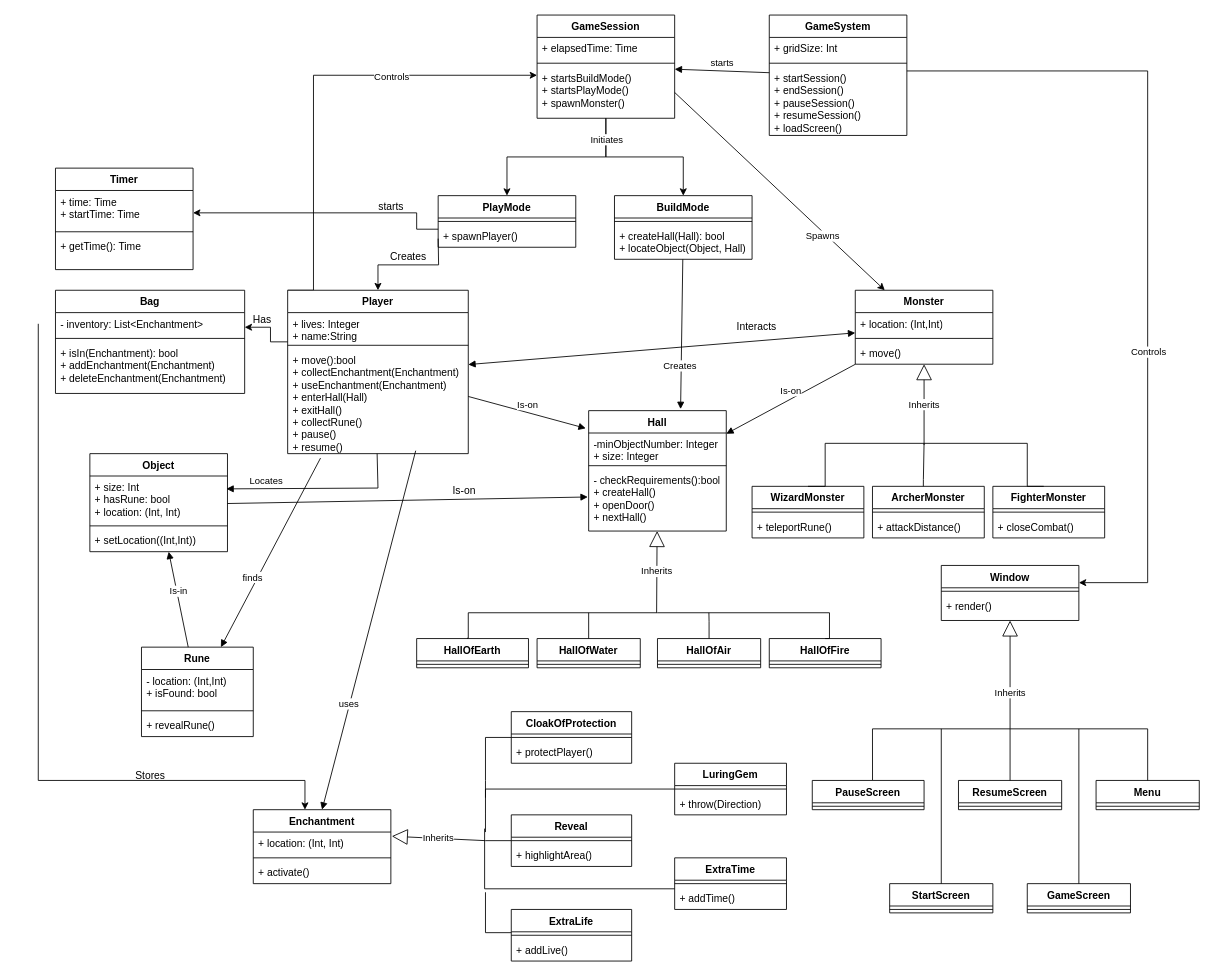
Earlier version of the draw.io diagram uml_class_diagram.drawio (zeynepyorulmaz/Rogue-Like). Source tidied: cells renumbered, new cells numbered last; positions are measured from the earlier drawing's top-left corner, leaving out a move shared by most shapes. Both pictures are drawn from the tidied source at 86%, with x=0, y=0 at pixel (38, 15).
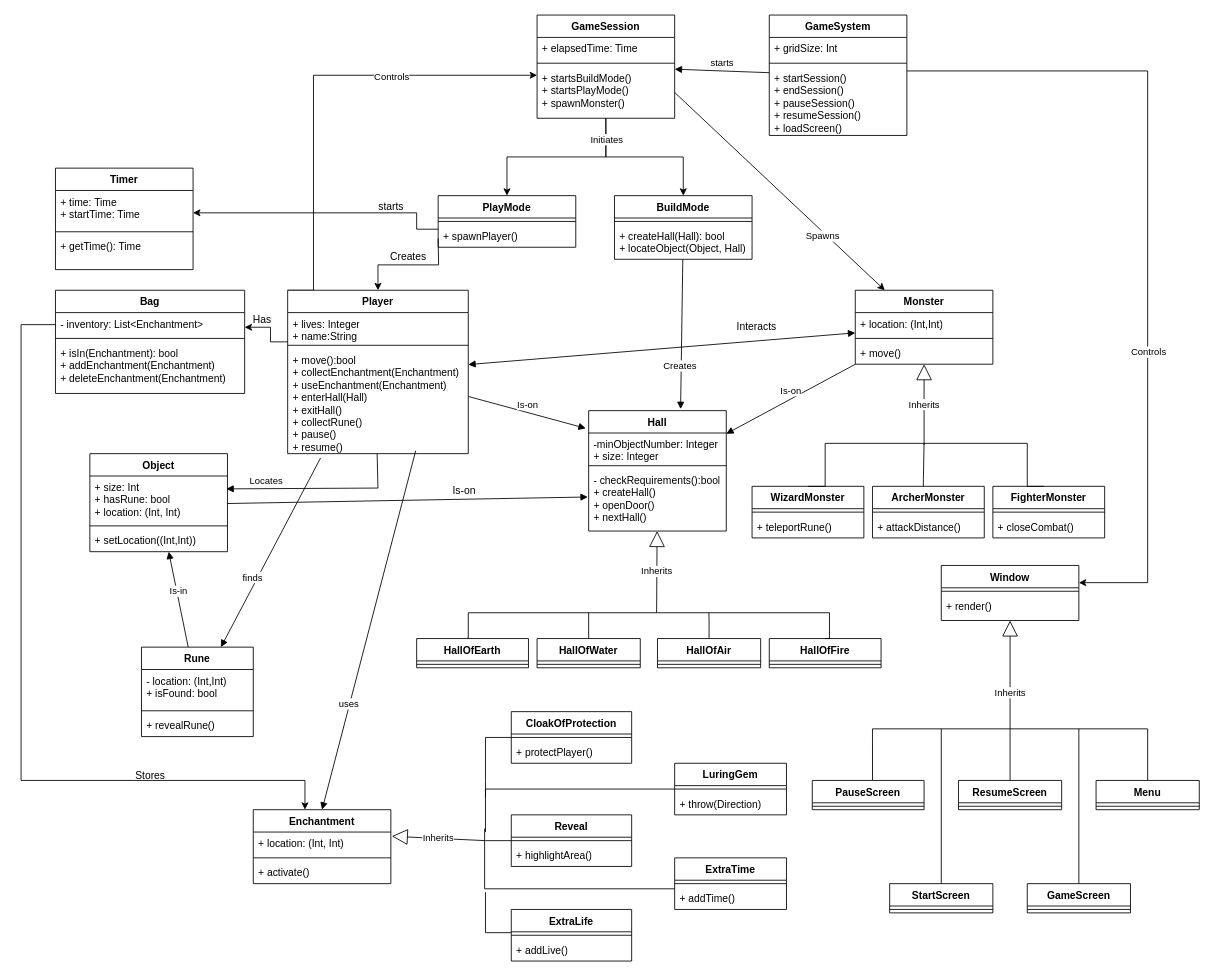
The same page after the edit.

The change refers to these unchanged cells:
```xml
<mxCell id="98" value="Bag" style="swimlane;fontStyle=1;align=center;verticalAlign=top;horizontal=1;startSize=26;whiteSpace=wrap;html=1;" parent="1" vertex="1">
  <mxGeometry x="20" y="320" width="220" height="120" as="geometry" />
</mxCell>
```

Change to the diagram source:
```diff
@@
-    <mxCell id="97" style="edgeStyle=orthogonalEdgeStyle;rounded=0;orthogonalLoop=1;jettySize=auto;html=1;exitX=0;exitY=0.5;exitDx=0;exitDy=0;" parent="1" edge="1">
+    <mxCell id="97" style="edgeStyle=orthogonalEdgeStyle;rounded=0;jettySize=auto;html=1;" parent="1" edge="1" source="98">
       <mxGeometry relative="1" as="geometry">
-        <mxPoint y="359" as="sourcePoint" />
         <mxPoint x="310.1" y="924" as="targetPoint" />
         <Array as="points">
-          <mxPoint y="890" />
+          <mxPoint x="-20" y="360" />
+          <mxPoint x="-20" y="890" />
+          <mxPoint x="310" y="890" />
         </Array>
       </mxGeometry>
     </mxCell>
```
